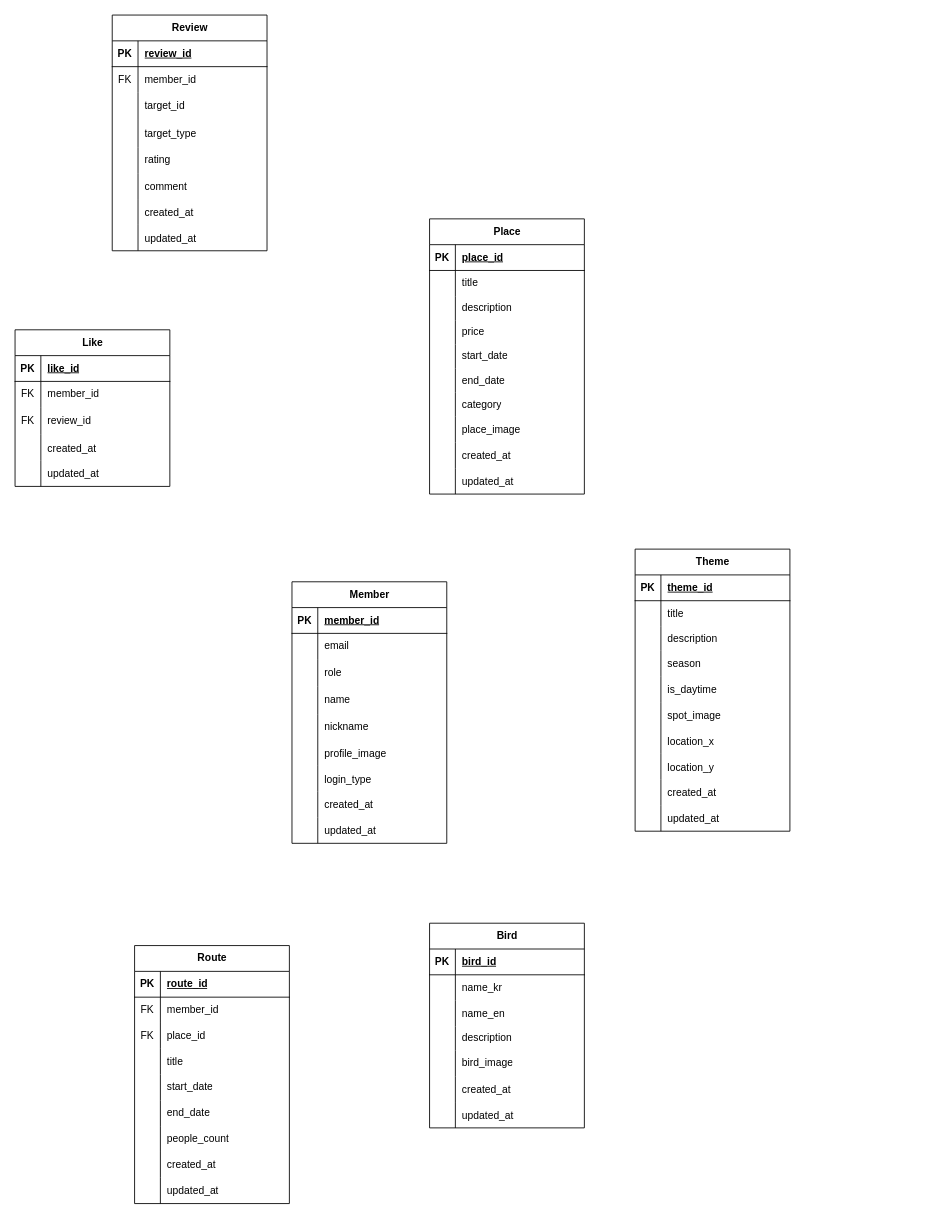
This is ShowingERD.drawio from 2025-Tourism-Data-Utilization-Contest/ERD, a draw.io file, before an edit. Source tidied: cells renumbered, new cells numbered last; positions are measured from the earlier drawing's top-left corner, leaving out a move shared by most shapes. Both pictures are drawn from the tidied source at 86%, with x=0, y=0 at pixel (15, 15).
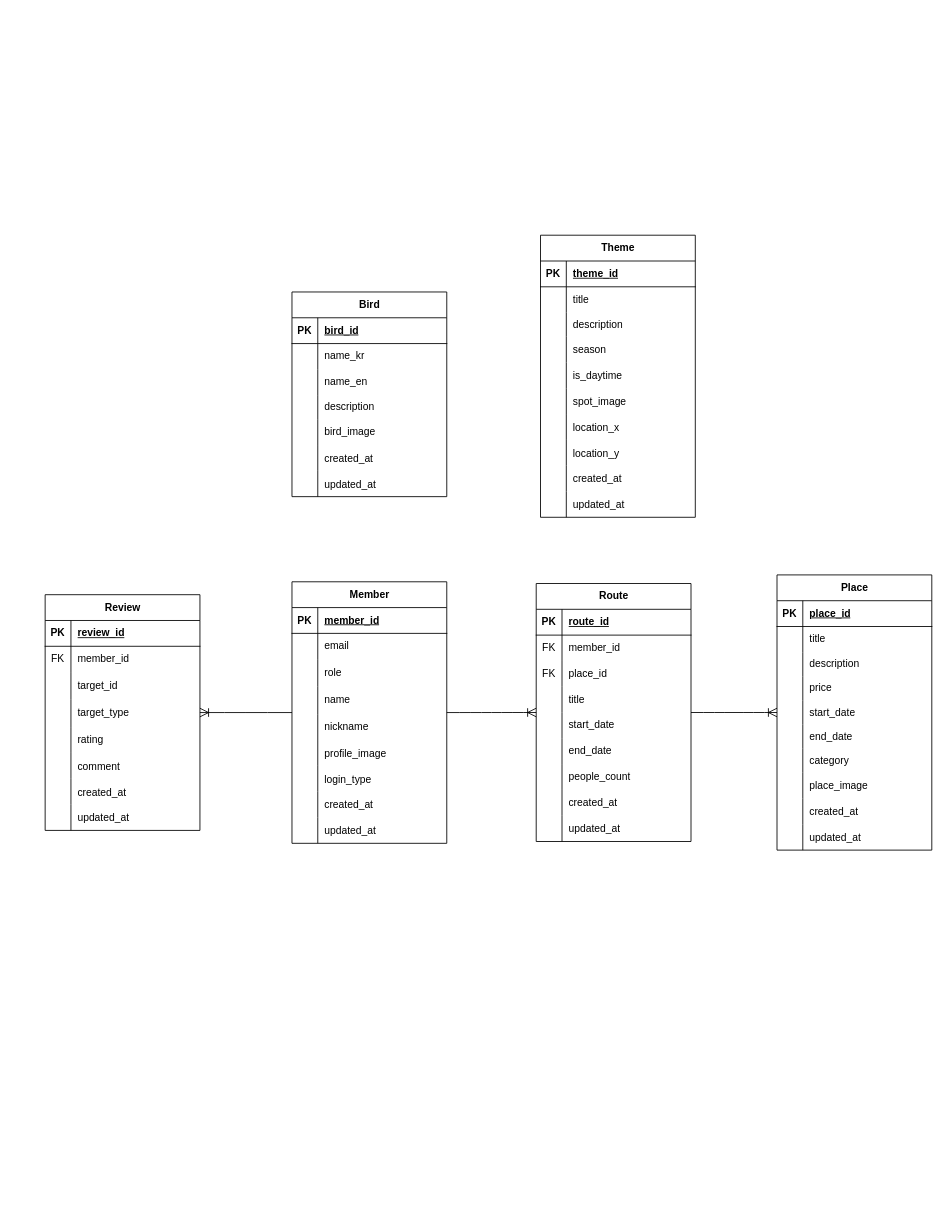
The same diagram, later.

Commit message:
docs: 테이블 연관관계 매핑

The change refers to these unchanged cells:
```xml
<mxCell id="83" value="Member" style="shape=table;startSize=30;childLayout=tableLayout;rowLines=0;fontStyle=1;align=center;html=1;" parent="1" vertex="1">
  <mxGeometry x="322" y="659" width="180" height="304.1" as="geometry" />
</mxCell>
```

Change to the diagram source:
```diff
@@
     <mxCell id="2" value="Theme" style="shape=table;startSize=30;childLayout=tableLayout;rowLines=0;fontStyle=1;align=center;html=1;" parent="1" vertex="1">
-      <mxGeometry x="721" y="621" width="180" height="328" as="geometry" />
+      <mxGeometry x="611" y="256" width="180" height="328" as="geometry" />
     </mxCell>
@@
     <mxCell id="33" value="Bird" style="shape=table;startSize=30;childLayout=tableLayout;rowLines=0;fontStyle=1;align=center;html=1;" parent="1" vertex="1">
-      <mxGeometry x="482" y="1056" width="180" height="238" as="geometry" />
+      <mxGeometry x="322" y="322" width="180" height="238" as="geometry" />
     </mxCell>
@@
     <mxCell id="55" value="Route" style="shape=table;startSize=30;childLayout=tableLayout;rowLines=0;fontStyle=1;align=center;html=1;" parent="1" vertex="1">
-      <mxGeometry x="139" y="1082" width="180" height="300" as="geometry" />
+      <mxGeometry x="606" y="661" width="180" height="300" as="geometry" />
     </mxCell>
@@
     <mxCell id="111" value="Place" style="shape=table;startSize=30;childLayout=tableLayout;rowLines=0;fontStyle=1;align=center;html=1;" parent="1" vertex="1">
-      <mxGeometry x="482" y="237" width="180" height="320" as="geometry" />
+      <mxGeometry x="886" y="651" width="180" height="320" as="geometry" />
     </mxCell>
@@
-    <mxCell id="142" value="Like" style="shape=table;startSize=30;childLayout=tableLayout;rowLines=0;fontStyle=1;align=center;html=1;" parent="1" vertex="1">
-      <mxGeometry y="366" width="180" height="182.1" as="geometry" />
-    </mxCell>
-    <mxCell id="143" style="shape=tableRow;horizontal=0;startSize=0;swimlaneHead=0;swimlaneBody=0;fillColor=none;top=0;left=0;right=0;bottom=1;" parent="142" vertex="1">
-      <mxGeometry y="30" width="180" height="30" as="geometry" />
-    </mxCell>
-    <mxCell id="144" value="PK" style="shape=partialRectangle;fillColor=none;top=0;left=0;bottom=0;right=0;fontStyle=1;overflow=hidden;whiteSpace=wrap;html=1;" parent="143" vertex="1">
-      <mxGeometry width="30" height="30" as="geometry" />
-    </mxCell>
-    <mxCell id="145" value="like_id" style="shape=partialRectangle;fillColor=none;top=0;left=0;bottom=0;right=0;align=left;spacingLeft=6;fontStyle=5;overflow=hidden;whiteSpace=wrap;html=1;" parent="143" vertex="1">
-      <mxGeometry x="30" width="150" height="30" as="geometry" />
-    </mxCell>
-    <mxCell id="146" style="shape=tableRow;horizontal=0;startSize=0;swimlaneHead=0;swimlaneBody=0;fillColor=none;top=0;left=0;right=0;bottom=0;" parent="142" vertex="1">
-      <mxGeometry y="60" width="180" height="30" as="geometry" />
-    </mxCell>
-    <mxCell id="147" value="FK" style="shape=partialRectangle;fillColor=none;top=0;left=0;bottom=0;right=0;overflow=hidden;whiteSpace=wrap;html=1;" parent="146" vertex="1">
-      <mxGeometry width="30" height="30" as="geometry" />
-    </mxCell>
-    <mxCell id="148" value="member_id" style="shape=partialRectangle;fillColor=none;top=0;left=0;bottom=0;right=0;align=left;spacingLeft=6;overflow=hidden;whiteSpace=wrap;html=1;" parent="146" vertex="1">
-      <mxGeometry x="30" width="150" height="30" as="geometry" />
-    </mxCell>
-    <mxCell id="149" style="shape=tableRow;horizontal=0;startSize=0;swimlaneHead=0;swimlaneBody=0;fillColor=none;top=0;left=0;right=0;bottom=0;" parent="142" vertex="1">
-      <mxGeometry y="90" width="180" height="32" as="geometry" />
-    </mxCell>
-    <mxCell id="150" value="FK" style="shape=partialRectangle;fillColor=none;top=0;left=0;bottom=0;right=0;overflow=hidden;whiteSpace=wrap;html=1;" parent="149" vertex="1">
-      <mxGeometry width="30" height="32" as="geometry" />
-    </mxCell>
-    <mxCell id="151" value="review_id" style="shape=partialRectangle;fillColor=none;top=0;left=0;bottom=0;right=0;align=left;spacingLeft=6;overflow=hidden;whiteSpace=wrap;html=1;" parent="149" vertex="1">
-      <mxGeometry x="30" width="150" height="32" as="geometry" />
-    </mxCell>
-    <mxCell id="152" style="shape=tableRow;horizontal=0;startSize=0;swimlaneHead=0;swimlaneBody=0;fillColor=none;top=0;left=0;right=0;bottom=0;" parent="142" vertex="1">
-      <mxGeometry y="122" width="180" height="30" as="geometry" />
-    </mxCell>
-    <mxCell id="153" style="shape=partialRectangle;fillColor=none;top=0;left=0;bottom=0;right=0;overflow=hidden;" parent="152" vertex="1">
-      <mxGeometry width="30" height="30" as="geometry" />
-    </mxCell>
-    <mxCell id="154" value="created_at" style="shape=partialRectangle;fillColor=none;top=0;left=0;bottom=0;right=0;align=left;spacingLeft=6;overflow=hidden;" parent="152" vertex="1">
-      <mxGeometry x="30" width="150" height="30" as="geometry" />
-    </mxCell>
-    <mxCell id="155" style="shape=tableRow;horizontal=0;startSize=0;swimlaneHead=0;swimlaneBody=0;fillColor=none;top=0;left=0;right=0;bottom=0;" parent="142" vertex="1">
-      <mxGeometry y="152" width="180" height="30" as="geometry" />
-    </mxCell>
-    <mxCell id="156" style="shape=partialRectangle;fillColor=none;top=0;left=0;bottom=0;right=0;overflow=hidden;" parent="155" vertex="1">
-      <mxGeometry width="30" height="30" as="geometry" />
-    </mxCell>
-    <mxCell id="157" value="updated_at" style="shape=partialRectangle;fillColor=none;top=0;left=0;bottom=0;right=0;align=left;spacingLeft=6;overflow=hidden;" parent="155" vertex="1">
-      <mxGeometry x="30" width="150" height="30" as="geometry" />
-    </mxCell>
     <mxCell id="158" value="Review" style="shape=table;startSize=30;childLayout=tableLayout;rowLines=0;fontStyle=1;align=center;html=1;" parent="1" vertex="1">
-      <mxGeometry x="113" width="180" height="274.1" as="geometry" />
+      <mxGeometry x="35" y="674" width="180" height="274.1" as="geometry" />
     </mxCell>
@@
+    <mxCell id="183" style="edgeStyle=entityRelationEdgeStyle;fontSize=12;html=1;endArrow=ERoneToMany;rounded=0;startSize=8;endSize=8;curved=1;" parent="1" edge="1" source="83" target="55">
+      <mxGeometry relative="1" as="geometry" />
+    </mxCell>
+    <mxCell id="184" style="edgeStyle=entityRelationEdgeStyle;fontSize=12;html=1;endArrow=ERoneToMany;rounded=0;startSize=8;endSize=8;curved=1;" parent="1" edge="1" source="83" target="158">
+      <mxGeometry relative="1" as="geometry">
+        <Array as="points">
+          <mxPoint x="411" y="963" />
+        </Array>
+      </mxGeometry>
+    </mxCell>
+    <mxCell id="185" style="edgeStyle=entityRelationEdgeStyle;fontSize=12;html=1;endArrow=ERoneToMany;rounded=0;startSize=8;endSize=8;curved=1;" parent="1" edge="1" source="55" target="111">
+      <mxGeometry relative="1" as="geometry" />
+    </mxCell>
```
